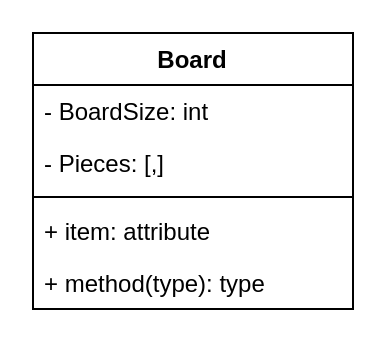
This is Namnlöst diagram.drawio from MagSandberg/Arv, a draw.io file, before an edit. Source tidied: cells renumbered, new cells numbered last; positions are measured from the earlier drawing's top-left corner, leaving out a move shared by most shapes. Both pictures are drawn from the tidied source at 200%, with x=0, y=0 at pixel (32, 32).
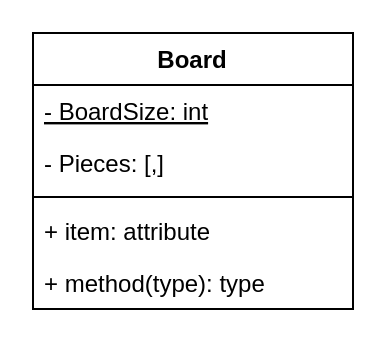
The same diagram, later.

What changed in the source:
```diff
@@
 <mxGraphModel>
   <root>
     <mxCell id="0" />
     <mxCell id="1" parent="0" />
     <mxCell id="2" value="Board" style="swimlane;fontStyle=1;align=center;verticalAlign=top;horizontal=1;startSize=26;" parent="1" vertex="1">
       <mxGeometry width="160" height="138" as="geometry" />
     </mxCell>
-    <mxCell id="3" value="- BoardSize: int" style="text;strokeColor=none;fillColor=none;align=left;verticalAlign=top;spacingLeft=4;spacingRight=4;overflow=hidden;" parent="2" vertex="1">
+    <mxCell id="3" value="- BoardSize: int" style="text;strokeColor=none;fillColor=none;align=left;verticalAlign=top;spacingLeft=4;spacingRight=4;overflow=hidden;fontStyle=4;" parent="2" vertex="1">
       <mxGeometry y="26" width="160" height="26" as="geometry" />
     </mxCell>
     <mxCell id="4" value="- Pieces: [,]" style="text;strokeColor=none;fillColor=none;align=left;verticalAlign=top;spacingLeft=4;spacingRight=4;overflow=hidden;" parent="2" vertex="1">
       <mxGeometry y="52" width="160" height="26" as="geometry" />
     </mxCell>
     <mxCell id="5" style="line;strokeWidth=1;fillColor=none;align=left;verticalAlign=middle;spacingTop=-1;spacingLeft=3;spacingRight=3;labelPosition=right;strokeColor=inherit;" parent="2" vertex="1">
       <mxGeometry y="78" width="160" height="8" as="geometry" />
     </mxCell>
     <mxCell id="6" value="+ item: attribute" style="text;strokeColor=none;fillColor=none;align=left;verticalAlign=top;spacingLeft=4;spacingRight=4;overflow=hidden;" parent="2" vertex="1">
       <mxGeometry y="86" width="160" height="26" as="geometry" />
     </mxCell>
     <mxCell id="7" value="+ method(type): type" style="text;strokeColor=none;fillColor=none;align=left;verticalAlign=top;spacingLeft=4;spacingRight=4;overflow=hidden;" parent="2" vertex="1">
       <mxGeometry y="112" width="160" height="26" as="geometry" />
     </mxCell>
   </root>
 </mxGraphModel>
```
